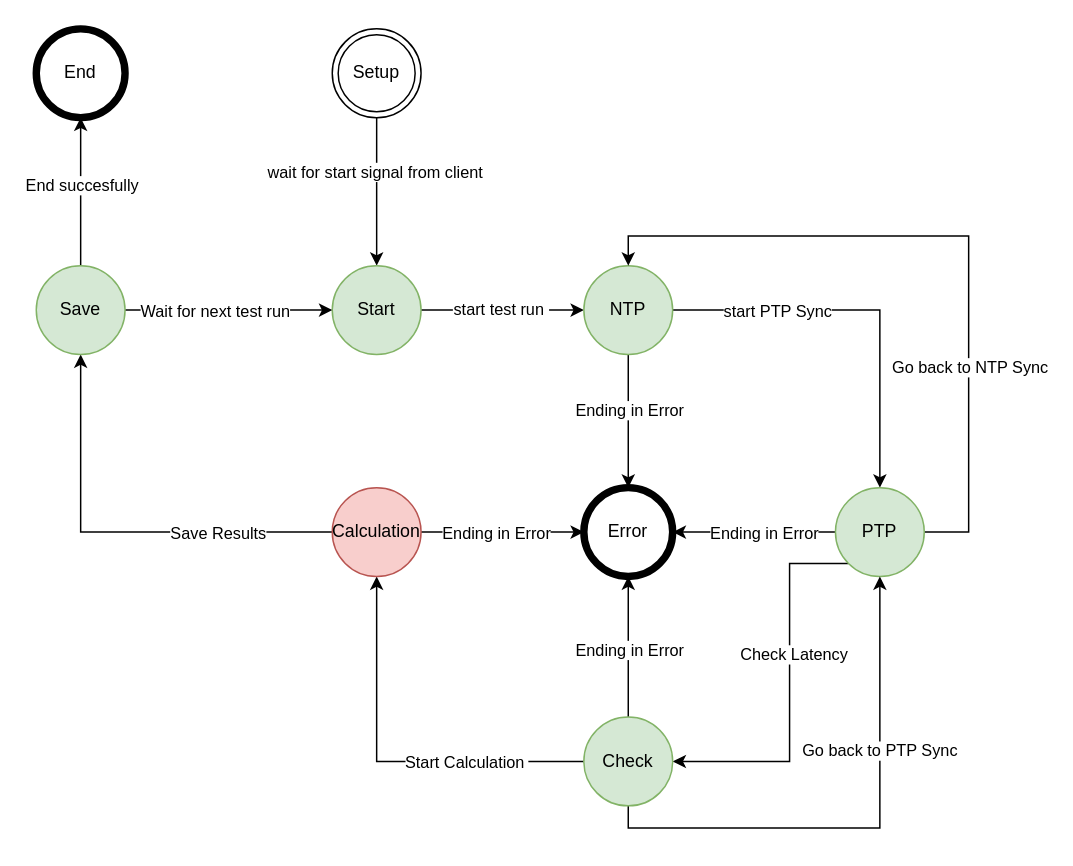
The draw.io diagram thesis/drawio/Zustandsautomat.drawio in studhascja/Masterthesis, before the edit. Source tidied: cells renumbered, new cells numbered last; positions are measured from the earlier drawing's top-left corner, leaving out a move shared by most shapes. Both pictures are drawn from the tidied source at 148%, with x=0, y=0 at pixel (36, 28).
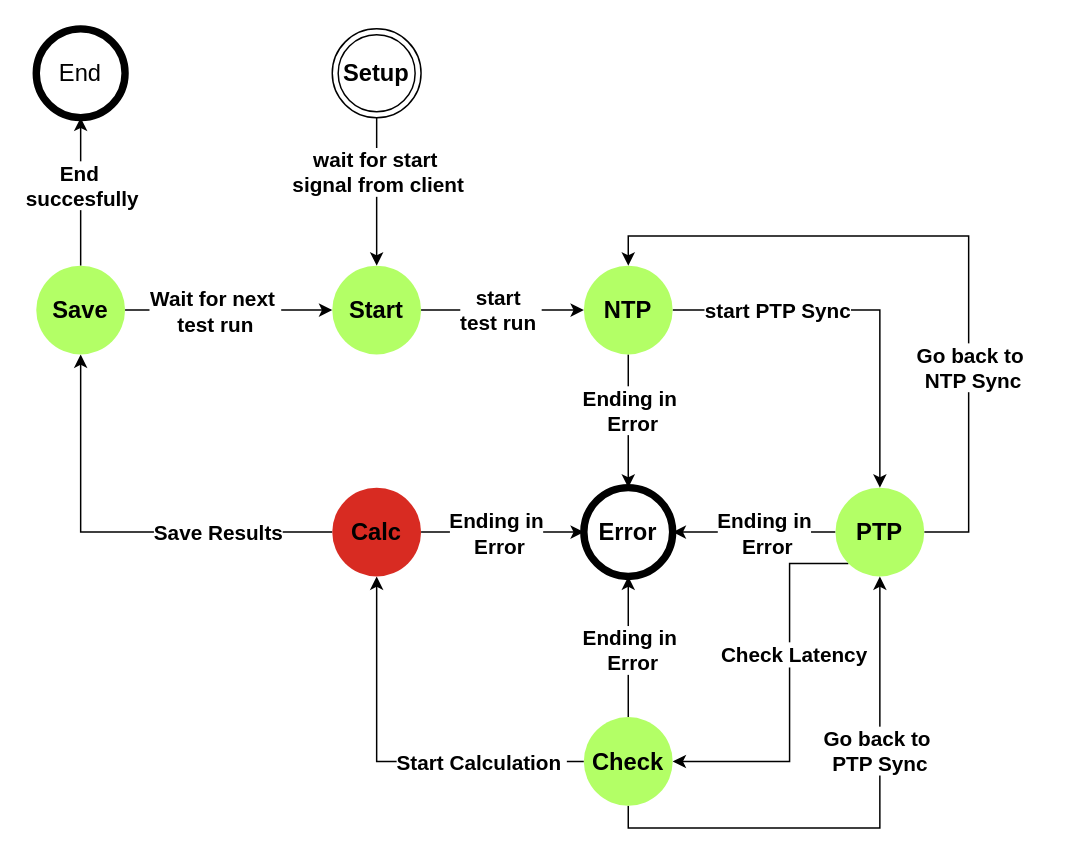
After the change.

What changed in the source:
```diff
@@
-    <mxCell id="2" style="edgeStyle=orthogonalEdgeStyle;rounded=0;jettySize=auto;html=1;" parent="1" edge="1" source="4" target="8">
+    <mxCell id="2" style="edgeStyle=orthogonalEdgeStyle;rounded=0;jettySize=auto;html=1;fontStyle=1;fontSize=14;" parent="1" edge="1" source="4" target="8">
       <mxGeometry relative="1" as="geometry" />
     </mxCell>
-    <mxCell id="3" value="wait for start signal from client" style="edgeLabel;html=1;align=center;verticalAlign=middle;" parent="2" vertex="1">
-      <mxGeometry x="-0.29" y="-2" relative="1" as="geometry" />
+    <mxCell id="3" value="wait for start&amp;nbsp;&lt;div&gt;signal from client&lt;/div&gt;" style="edgeLabel;html=1;align=center;verticalAlign=middle;fontStyle=1;fontSize=14;" parent="2" vertex="1">
+      <mxGeometry x="-0.29" y="-2" relative="1" as="geometry">
+        <mxPoint x="2" as="offset" />
+      </mxGeometry>
     </mxCell>
-    <mxCell id="4" value="Setup" style="ellipse;shape=doubleEllipse;html=1;dashed=0;whiteSpace=wrap;" parent="1" vertex="1">
+    <mxCell id="4" value="Setup" style="ellipse;shape=doubleEllipse;html=1;dashed=0;whiteSpace=wrap;fontStyle=1;fontSize=16;" parent="1" vertex="1">
       <mxGeometry x="200" width="60" height="60" as="geometry" />
     </mxCell>
-    <mxCell id="5" value="End" style="shape=ellipse;html=1;dashed=0;whiteSpace=wrap;strokeWidth=5;perimeter=ellipsePerimeter;" parent="1" vertex="1">
-      <mxGeometry width="60" height="60" as="geometry" />
-    </mxCell>
-    <mxCell id="6" style="edgeStyle=orthogonalEdgeStyle;rounded=0;jettySize=auto;html=1;" parent="1" edge="1" source="8" target="13">
+    <mxCell id="6" style="edgeStyle=orthogonalEdgeStyle;rounded=0;jettySize=auto;html=1;fontStyle=1;fontSize=14;" parent="1" edge="1" source="8" target="13">
       <mxGeometry relative="1" as="geometry" />
     </mxCell>
-    <mxCell id="7" value="start test run&amp;nbsp;" style="edgeLabel;html=1;align=center;verticalAlign=middle;" parent="6" vertex="1">
+    <mxCell id="7" value="start&amp;nbsp;&lt;div&gt;test run&amp;nbsp;&lt;/div&gt;" style="edgeLabel;html=1;align=center;verticalAlign=middle;fontStyle=1;fontSize=14;" parent="6" vertex="1">
       <mxGeometry x="-0.04" y="1" relative="1" as="geometry" />
     </mxCell>
-    <mxCell id="8" value="Start" style="shape=ellipse;html=1;dashed=0;whiteSpace=wrap;perimeter=ellipsePerimeter;fillColor=#d5e8d4;strokeColor=#82b366;" parent="1" vertex="1">
+    <mxCell id="8" value="Start" style="shape=ellipse;html=1;dashed=0;whiteSpace=wrap;perimeter=ellipsePerimeter;fillColor=light-dark(#B3FF66,#1F2F1E);strokeColor=none;strokeWidth=3;fontStyle=1;fontSize=16;" parent="1" vertex="1">
       <mxGeometry x="200" y="160" width="60" height="60" as="geometry" />
     </mxCell>
-    <mxCell id="9" style="edgeStyle=orthogonalEdgeStyle;rounded=0;jettySize=auto;html=1;" parent="1" edge="1" source="13" target="20">
+    <mxCell id="9" style="edgeStyle=orthogonalEdgeStyle;rounded=0;jettySize=auto;html=1;fontStyle=1;fontSize=14;" parent="1" edge="1" source="13" target="20">
       <mxGeometry relative="1" as="geometry">
         <Array as="points">
           <mxPoint x="570" y="190" />
         </Array>
       </mxGeometry>
     </mxCell>
-    <mxCell id="10" value="start PTP Sync" style="edgeLabel;html=1;align=center;verticalAlign=middle;" parent="9" vertex="1">
+    <mxCell id="10" value="start PTP Sync" style="edgeLabel;html=1;align=center;verticalAlign=middle;fontStyle=1;fontSize=14;" parent="9" vertex="1">
       <mxGeometry x="-0.63" relative="1" as="geometry">
         <mxPoint x="22" as="offset" />
       </mxGeometry>
     </mxCell>
-    <mxCell id="11" style="edgeStyle=orthogonalEdgeStyle;rounded=0;jettySize=auto;html=1;entryX=0.5;entryY=0;entryDx=0;entryDy=0;" parent="1" edge="1" source="13" target="38">
-      <mxGeometry relative="1" as="geometry" />
+    <mxCell id="11" style="edgeStyle=orthogonalEdgeStyle;rounded=0;jettySize=auto;html=1;entryX=0.5;entryY=0;entryDx=0;entryDy=0;fontStyle=1;fontSize=14;" parent="1" edge="1" source="13">
+      <mxGeometry relative="1" as="geometry">
+        <mxPoint x="400" y="310" as="targetPoint" />
+      </mxGeometry>
     </mxCell>
-    <mxCell id="12" value="Ending in Error" style="edgeLabel;html=1;align=center;verticalAlign=middle;" parent="11" vertex="1">
+    <mxCell id="12" value="Ending in&lt;div&gt;&amp;nbsp;Error&lt;/div&gt;" style="edgeLabel;html=1;align=center;verticalAlign=middle;fontStyle=1;fontSize=14;" parent="11" vertex="1">
       <mxGeometry x="-0.2" relative="1" as="geometry">
         <mxPoint y="1" as="offset" />
       </mxGeometry>
     </mxCell>
-    <mxCell id="13" value="NTP" style="shape=ellipse;html=1;dashed=0;whiteSpace=wrap;perimeter=ellipsePerimeter;fillColor=#d5e8d4;strokeColor=#82b366;" parent="1" vertex="1">
+    <mxCell id="13" value="NTP" style="shape=ellipse;html=1;dashed=0;whiteSpace=wrap;perimeter=ellipsePerimeter;fillColor=light-dark(#B3FF66,#1F2F1E);strokeColor=none;fontStyle=1;fontSize=16;strokeWidth=3;" parent="1" vertex="1">
       <mxGeometry x="370" y="160" width="60" height="60" as="geometry" />
     </mxCell>
-    <mxCell id="14" style="edgeStyle=orthogonalEdgeStyle;rounded=0;jettySize=auto;html=1;entryX=0.5;entryY=0;entryDx=0;entryDy=0;exitX=1;exitY=0.5;exitDx=0;exitDy=0;" parent="1" edge="1" source="20" target="13">
+    <mxCell id="14" style="edgeStyle=orthogonalEdgeStyle;rounded=0;jettySize=auto;html=1;entryX=0.5;entryY=0;entryDx=0;entryDy=0;exitX=1;exitY=0.5;exitDx=0;exitDy=0;fontStyle=1;fontSize=14;" parent="1" edge="1" source="20" target="13">
       <mxGeometry relative="1" as="geometry">
         <Array as="points">
           <mxPoint x="630" y="340" />
           <mxPoint x="630" y="140" />
           <mxPoint x="400" y="140" />
         </Array>
       </mxGeometry>
     </mxCell>
-    <mxCell id="15" value="Go back to NTP Sync" style="edgeLabel;html=1;align=center;verticalAlign=middle;" parent="14" vertex="1">
+    <mxCell id="15" value="Go back to&lt;div&gt;&amp;nbsp;NTP Sync&lt;/div&gt;" style="edgeLabel;html=1;align=center;verticalAlign=middle;fontStyle=1;fontSize=14;" parent="14" vertex="1">
       <mxGeometry x="-0.41" relative="1" as="geometry" />
     </mxCell>
-    <mxCell id="16" style="edgeStyle=orthogonalEdgeStyle;rounded=0;jettySize=auto;html=1;entryX=1;entryY=0.5;entryDx=0;entryDy=0;exitX=0;exitY=1;exitDx=0;exitDy=0;" parent="1" edge="1" source="20" target="27">
+    <mxCell id="16" style="edgeStyle=orthogonalEdgeStyle;rounded=0;jettySize=auto;html=1;entryX=1;entryY=0.5;entryDx=0;entryDy=0;exitX=0;exitY=1;exitDx=0;exitDy=0;fontStyle=1;fontSize=14;" parent="1" edge="1" source="20" target="27">
       <mxGeometry relative="1" as="geometry">
         <Array as="points">
           <mxPoint x="509" y="495" />
         </Array>
       </mxGeometry>
     </mxCell>
-    <mxCell id="17" value="Check Latency" style="edgeLabel;html=1;align=center;verticalAlign=middle;" parent="16" vertex="1">
+    <mxCell id="17" value="Check Latency" style="edgeLabel;html=1;align=center;verticalAlign=middle;fontStyle=1;fontSize=14;" parent="16" vertex="1">
       <mxGeometry x="-0.2" y="2" relative="1" as="geometry" />
     </mxCell>
-    <mxCell id="18" style="edgeStyle=orthogonalEdgeStyle;rounded=0;jettySize=auto;html=1;entryX=1;entryY=0.5;entryDx=0;entryDy=0;" parent="1" edge="1" source="20" target="38">
-      <mxGeometry relative="1" as="geometry" />
+    <mxCell id="18" style="edgeStyle=orthogonalEdgeStyle;rounded=0;jettySize=auto;html=1;entryX=1;entryY=0.5;entryDx=0;entryDy=0;fontStyle=1;fontSize=14;" parent="1" edge="1" source="20">
+      <mxGeometry relative="1" as="geometry">
+        <mxPoint x="430" y="340" as="targetPoint" />
+      </mxGeometry>
     </mxCell>
-    <mxCell id="19" value="Ending in Error" style="edgeLabel;html=1;align=center;verticalAlign=middle;" parent="18" vertex="1">
+    <mxCell id="19" value="Ending in&lt;div&gt;&amp;nbsp;Error&lt;/div&gt;" style="edgeLabel;html=1;align=center;verticalAlign=middle;fontStyle=1;fontSize=14;" parent="18" vertex="1">
       <mxGeometry x="0.04" relative="1" as="geometry">
         <mxPoint x="8" as="offset" />
       </mxGeometry>
     </mxCell>
-    <mxCell id="20" value="PTP" style="shape=ellipse;html=1;dashed=0;whiteSpace=wrap;perimeter=ellipsePerimeter;fillColor=#d5e8d4;strokeColor=#82b366;" parent="1" vertex="1">
+    <mxCell id="20" value="PTP" style="shape=ellipse;html=1;dashed=0;whiteSpace=wrap;perimeter=ellipsePerimeter;fillColor=light-dark(#B3FF66,#1F2F1E);strokeColor=none;fontStyle=1;fontSize=16;strokeWidth=3;" parent="1" vertex="1">
       <mxGeometry x="540" y="310" width="60" height="60" as="geometry" />
     </mxCell>
-    <mxCell id="21" style="edgeStyle=orthogonalEdgeStyle;rounded=0;jettySize=auto;html=1;entryX=0.5;entryY=1;entryDx=0;entryDy=0;" parent="1" edge="1" source="27" target="20">
+    <mxCell id="21" style="edgeStyle=orthogonalEdgeStyle;rounded=0;jettySize=auto;html=1;entryX=0.5;entryY=1;entryDx=0;entryDy=0;fontStyle=1;fontSize=14;" parent="1" edge="1" source="27" target="20">
       <mxGeometry relative="1" as="geometry">
         <Array as="points">
           <mxPoint x="400" y="540" />
           <mxPoint x="570" y="540" />
         </Array>
       </mxGeometry>
     </mxCell>
-    <mxCell id="22" value="Go back to PTP Sync" style="edgeLabel;html=1;align=center;verticalAlign=middle;" parent="21" vertex="1">
+    <mxCell id="22" value="Go back to&amp;nbsp;&lt;div&gt;PTP Sync&lt;/div&gt;" style="edgeLabel;html=1;align=center;verticalAlign=middle;fontStyle=1;fontSize=14;" parent="21" vertex="1">
       <mxGeometry x="0.34" y="1" relative="1" as="geometry" />
     </mxCell>
-    <mxCell id="23" style="edgeStyle=orthogonalEdgeStyle;rounded=0;jettySize=auto;html=1;entryX=0.5;entryY=1;entryDx=0;entryDy=0;" parent="1" edge="1" source="27" target="38">
-      <mxGeometry relative="1" as="geometry" />
+    <mxCell id="23" style="edgeStyle=orthogonalEdgeStyle;rounded=0;jettySize=auto;html=1;entryX=0.5;entryY=1;entryDx=0;entryDy=0;fontStyle=1;fontSize=14;" parent="1" edge="1" source="27">
+      <mxGeometry relative="1" as="geometry">
+        <mxPoint x="400" y="370" as="targetPoint" />
+      </mxGeometry>
     </mxCell>
-    <mxCell id="24" value="Ending in Error" style="edgeLabel;html=1;align=center;verticalAlign=middle;" parent="23" vertex="1">
+    <mxCell id="24" value="Ending in&lt;div&gt;&amp;nbsp;Error&lt;/div&gt;" style="edgeLabel;html=1;align=center;verticalAlign=middle;fontStyle=1;fontSize=14;" parent="23" vertex="1">
       <mxGeometry x="-0.03" relative="1" as="geometry" />
     </mxCell>
-    <mxCell id="25" style="edgeStyle=orthogonalEdgeStyle;rounded=0;jettySize=auto;html=1;entryX=0.5;entryY=1;entryDx=0;entryDy=0;" parent="1" edge="1" source="27" target="32">
+    <mxCell id="25" style="edgeStyle=orthogonalEdgeStyle;rounded=0;jettySize=auto;html=1;entryX=0.5;entryY=1;entryDx=0;entryDy=0;fontStyle=1;fontSize=14;" parent="1" edge="1" source="27" target="32">
       <mxGeometry relative="1" as="geometry" />
     </mxCell>
-    <mxCell id="26" value="Start Calculation&amp;nbsp;" style="edgeLabel;html=1;align=center;verticalAlign=middle;" parent="25" vertex="1">
+    <mxCell id="26" value="Start Calculation&amp;nbsp;" style="edgeLabel;html=1;align=center;verticalAlign=middle;fontStyle=1;fontSize=14;" parent="25" vertex="1">
       <mxGeometry x="-0.26" y="1" relative="1" as="geometry">
-        <mxPoint x="18" y="-1" as="offset" />
+        <mxPoint x="28" y="-1" as="offset" />
       </mxGeometry>
     </mxCell>
-    <mxCell id="27" value="Check" style="shape=ellipse;html=1;dashed=0;whiteSpace=wrap;perimeter=ellipsePerimeter;fillColor=#d5e8d4;strokeColor=#82b366;" parent="1" vertex="1">
+    <mxCell id="27" value="Check" style="shape=ellipse;html=1;dashed=0;whiteSpace=wrap;perimeter=ellipsePerimeter;fillColor=light-dark(#B3FF66,#1F2F1E);strokeColor=none;fontStyle=1;fontSize=16;strokeWidth=3;" parent="1" vertex="1">
       <mxGeometry x="370" y="465" width="60" height="60" as="geometry" />
     </mxCell>
-    <mxCell id="28" style="edgeStyle=orthogonalEdgeStyle;rounded=0;jettySize=auto;html=1;entryX=0;entryY=0.5;entryDx=0;entryDy=0;" parent="1" edge="1" source="32" target="38">
-      <mxGeometry relative="1" as="geometry" />
+    <mxCell id="28" style="edgeStyle=orthogonalEdgeStyle;rounded=0;jettySize=auto;html=1;entryX=0;entryY=0.5;entryDx=0;entryDy=0;fontStyle=1;fontSize=14;" parent="1" edge="1" source="32">
+      <mxGeometry relative="1" as="geometry">
+        <mxPoint x="370" y="340" as="targetPoint" />
+      </mxGeometry>
     </mxCell>
-    <mxCell id="29" value="Ending in Error" style="edgeLabel;html=1;align=center;verticalAlign=middle;" parent="28" vertex="1">
+    <mxCell id="29" value="Ending in&lt;div&gt;&amp;nbsp;Error&lt;/div&gt;" style="edgeLabel;html=1;align=center;verticalAlign=middle;fontStyle=1;fontSize=14;" parent="28" vertex="1">
       <mxGeometry x="-0.35" y="2" relative="1" as="geometry">
         <mxPoint x="14" y="2" as="offset" />
       </mxGeometry>
     </mxCell>
-    <mxCell id="30" style="edgeStyle=orthogonalEdgeStyle;rounded=0;jettySize=auto;html=1;" parent="1" edge="1" source="32" target="37">
+    <mxCell id="30" style="edgeStyle=orthogonalEdgeStyle;rounded=0;jettySize=auto;html=1;fontStyle=1;fontSize=14;" parent="1" edge="1" source="32" target="37">
       <mxGeometry relative="1" as="geometry" />
     </mxCell>
-    <mxCell id="31" value="Save Results" style="edgeLabel;html=1;align=center;verticalAlign=middle;" parent="30" vertex="1">
+    <mxCell id="31" value="Save Results" style="edgeLabel;html=1;align=center;verticalAlign=middle;fontStyle=1;fontSize=14;" parent="30" vertex="1">
       <mxGeometry x="-0.37" relative="1" as="geometry">
         <mxPoint x="13" as="offset" />
       </mxGeometry>
     </mxCell>
-    <mxCell id="32" value="Calculation" style="shape=ellipse;html=1;dashed=0;whiteSpace=wrap;perimeter=ellipsePerimeter;fillColor=#f8cecc;strokeColor=#b85450;" parent="1" vertex="1">
+    <mxCell id="32" value="Calc" style="shape=ellipse;html=1;dashed=0;whiteSpace=wrap;perimeter=ellipsePerimeter;fillColor=light-dark(#d82b22, #512d2b);strokeColor=none;fontStyle=1;fontSize=16;strokeWidth=3;" parent="1" vertex="1">
       <mxGeometry x="200" y="310" width="60" height="60" as="geometry" />
     </mxCell>
-    <mxCell id="33" style="edgeStyle=orthogonalEdgeStyle;rounded=0;jettySize=auto;html=1;" parent="1" edge="1" source="37" target="5">
-      <mxGeometry relative="1" as="geometry" />
+    <mxCell id="33" style="edgeStyle=orthogonalEdgeStyle;rounded=0;jettySize=auto;html=1;fontStyle=1;fontSize=14;" parent="1" edge="1" source="37">
+      <mxGeometry relative="1" as="geometry">
+        <mxPoint x="30" y="60" as="targetPoint" />
+      </mxGeometry>
     </mxCell>
-    <mxCell id="34" value="End succesfully" style="edgeLabel;html=1;align=center;verticalAlign=middle;" parent="33" vertex="1">
+    <mxCell id="34" value="End&amp;nbsp;&lt;div&gt;succesfully&lt;/div&gt;" style="edgeLabel;html=1;align=center;verticalAlign=middle;fontStyle=1;fontSize=14;" parent="33" vertex="1">
       <mxGeometry x="0.09" relative="1" as="geometry" />
     </mxCell>
-    <mxCell id="35" style="edgeStyle=orthogonalEdgeStyle;rounded=0;jettySize=auto;html=1;" parent="1" edge="1" source="37" target="8">
+    <mxCell id="35" style="edgeStyle=orthogonalEdgeStyle;rounded=0;jettySize=auto;html=1;fontStyle=1;fontSize=14;" parent="1" edge="1" source="37" target="8">
       <mxGeometry relative="1" as="geometry" />
     </mxCell>
-    <mxCell id="36" value="Wait for next test run" style="edgeLabel;html=1;align=center;verticalAlign=middle;" parent="35" vertex="1">
+    <mxCell id="36" value="Wait for next&amp;nbsp;&lt;div&gt;test run&lt;/div&gt;" style="edgeLabel;html=1;align=center;verticalAlign=middle;fontStyle=1;fontSize=14;" parent="35" vertex="1">
       <mxGeometry x="-0.34" y="-2" relative="1" as="geometry">
         <mxPoint x="14" y="-2" as="offset" />
       </mxGeometry>
     </mxCell>
-    <mxCell id="37" value="Save" style="shape=ellipse;html=1;dashed=0;whiteSpace=wrap;perimeter=ellipsePerimeter;fillColor=#d5e8d4;strokeColor=#82b366;" parent="1" vertex="1">
+    <mxCell id="37" value="Save" style="shape=ellipse;html=1;dashed=0;whiteSpace=wrap;perimeter=ellipsePerimeter;fillColor=light-dark(#B3FF66,#1F2F1E);strokeColor=none;fontStyle=1;fontSize=16;strokeWidth=3;" parent="1" vertex="1">
       <mxGeometry y="160" width="60" height="60" as="geometry" />
     </mxCell>
-    <mxCell id="38" value="Error" style="shape=ellipse;html=1;dashed=0;whiteSpace=wrap;strokeWidth=5;perimeter=ellipsePerimeter;" parent="1" vertex="1">
+    <mxCell id="38" value="&lt;b&gt;Error&lt;/b&gt;" style="ellipse;whiteSpace=wrap;html=1;strokeWidth=5;fillColor=none;fontColor=#000000;strokeColor=#000000;fontSize=16;" parent="1" vertex="1">
       <mxGeometry x="370" y="310" width="60" height="60" as="geometry" />
     </mxCell>
+    <mxCell id="5" value="End" style="ellipse;whiteSpace=wrap;html=1;strokeWidth=5;fillColor=none;fontSize=16;" parent="1" vertex="1">
+      <mxGeometry width="60" height="60" as="geometry" />
+    </mxCell>
```
